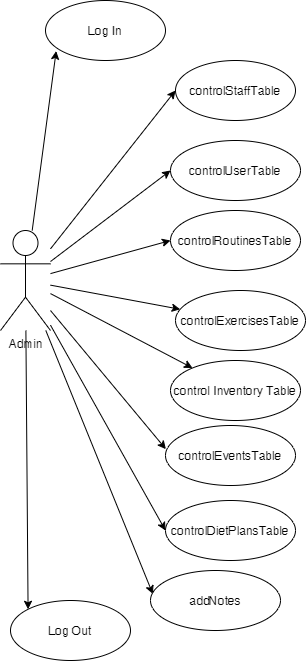
Earlier version of the draw.io export Diagrams/UML/UseCases/Admin.png (renttrent/Techengers). Source tidied: cells renumbered, new cells last; positions are measured from the earlier drawing's top-left corner, leaving out a move shared by most shapes.
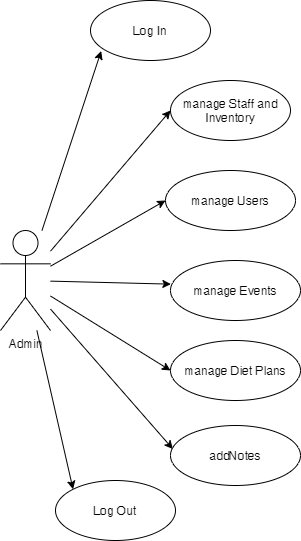
Later version of the same file.

What changed in the source:
```diff
@@ -11,11 +11,6 @@
     <mxCell id="4" style="edgeStyle=none;rounded=0;jettySize=auto;html=1;entryX=0;entryY=0.5;entryDx=0;entryDy=0;" parent="1" edge="1" source="12" target="16">
       <mxGeometry relative="1" as="geometry" />
     </mxCell>
-    <mxCell id="5" style="edgeStyle=none;rounded=0;jettySize=auto;html=1;entryX=0;entryY=0.5;entryDx=0;entryDy=0;" parent="1" edge="1" source="12">
-      <mxGeometry relative="1" as="geometry">
-        <mxPoint x="170" y="240" as="targetPoint" />
-      </mxGeometry>
-    </mxCell>
     <mxCell id="6" style="edgeStyle=none;rounded=0;jettySize=auto;html=1;entryX=0.003;entryY=0.394;entryDx=0;entryDy=0;entryPerimeter=0;" parent="1" edge="1" source="12" target="17">
       <mxGeometry relative="1" as="geometry" />
     </mxCell>
@@ -28,44 +23,29 @@
     <mxCell id="9" style="edgeStyle=none;rounded=0;jettySize=auto;html=1;entryX=0;entryY=0;entryDx=0;entryDy=0;" parent="1" edge="1" source="12" target="14">
       <mxGeometry relative="1" as="geometry" />
     </mxCell>
-    <mxCell id="10" style="edgeStyle=none;rounded=0;jettySize=auto;html=1;" parent="1" edge="1" source="12" target="21">
-      <mxGeometry relative="1" as="geometry" />
-    </mxCell>
-    <mxCell id="11" style="edgeStyle=none;rounded=0;jettySize=auto;html=1;" parent="1" edge="1" source="12" target="22">
-      <mxGeometry relative="1" as="geometry" />
-    </mxCell>
     <mxCell id="12" value="Admin" style="shape=umlActor;verticalLabelPosition=bottom;verticalAlign=top;html=1;outlineConnect=0;" parent="1" vertex="1">
       <mxGeometry y="230" width="50" height="100" as="geometry" />
     </mxCell>
     <mxCell id="13" value="Log In" style="ellipse;whiteSpace=wrap;html=1;" parent="1" vertex="1">
-      <mxGeometry x="45" width="120" height="60" as="geometry" />
+      <mxGeometry x="90" width="120" height="60" as="geometry" />
     </mxCell>
     <mxCell id="14" value="Log Out" style="ellipse;whiteSpace=wrap;html=1;" parent="1" vertex="1">
-      <mxGeometry x="10" y="600" width="120" height="60" as="geometry" />
+      <mxGeometry x="55" y="480" width="120" height="60" as="geometry" />
     </mxCell>
-    <mxCell id="15" value="controlStaffTable" style="ellipse;whiteSpace=wrap;html=1;" parent="1" vertex="1">
-      <mxGeometry x="175" y="60" width="120" height="60" as="geometry" />
+    <mxCell id="15" value="manage Staff and Inventory" style="ellipse;whiteSpace=wrap;html=1;" parent="1" vertex="1">
+      <mxGeometry x="170" y="80" width="120" height="60" as="geometry" />
     </mxCell>
-    <mxCell id="16" value="controlUserTable" style="ellipse;whiteSpace=wrap;html=1;" parent="1" vertex="1">
-      <mxGeometry x="170" y="140" width="130" height="60" as="geometry" />
+    <mxCell id="16" value="manage Users" style="ellipse;whiteSpace=wrap;html=1;" parent="1" vertex="1">
+      <mxGeometry x="165" y="170" width="130" height="60" as="geometry" />
     </mxCell>
-    <mxCell id="17" value="controlEventsTable" style="ellipse;whiteSpace=wrap;html=1;" parent="1" vertex="1">
-      <mxGeometry x="165" y="425" width="130" height="60" as="geometry" />
+    <mxCell id="17" value="manage Events" style="ellipse;whiteSpace=wrap;html=1;" parent="1" vertex="1">
+      <mxGeometry x="170" y="260" width="130" height="60" as="geometry" />
     </mxCell>
     <mxCell id="18" value="addNotes" style="ellipse;whiteSpace=wrap;html=1;" parent="1" vertex="1">
-      <mxGeometry x="150" y="570" width="130" height="60" as="geometry" />
+      <mxGeometry x="170" y="425" width="130" height="60" as="geometry" />
     </mxCell>
-    <mxCell id="19" value="controlDietPlansTable" style="ellipse;whiteSpace=wrap;html=1;" parent="1" vertex="1">
-      <mxGeometry x="165" y="500" width="130" height="60" as="geometry" />
+    <mxCell id="19" value="manage Diet Plans" style="ellipse;whiteSpace=wrap;html=1;" parent="1" vertex="1">
+      <mxGeometry x="170" y="340" width="130" height="60" as="geometry" />
     </mxCell>
-    <mxCell id="20" value="controlRoutinesTable" style="ellipse;whiteSpace=wrap;html=1;" parent="1" vertex="1">
-      <mxGeometry x="170" y="210" width="130" height="60" as="geometry" />
-    </mxCell>
-    <mxCell id="21" value="controlExercisesTable" style="ellipse;whiteSpace=wrap;html=1;" parent="1" vertex="1">
-      <mxGeometry x="175" y="290" width="130" height="60" as="geometry" />
-    </mxCell>
-    <mxCell id="22" value="control Inventory Table" style="ellipse;whiteSpace=wrap;html=1;" parent="1" vertex="1">
-      <mxGeometry x="170" y="360" width="130" height="60" as="geometry" />
-    </mxCell>
   </root>
 </mxGraphModel>
```
